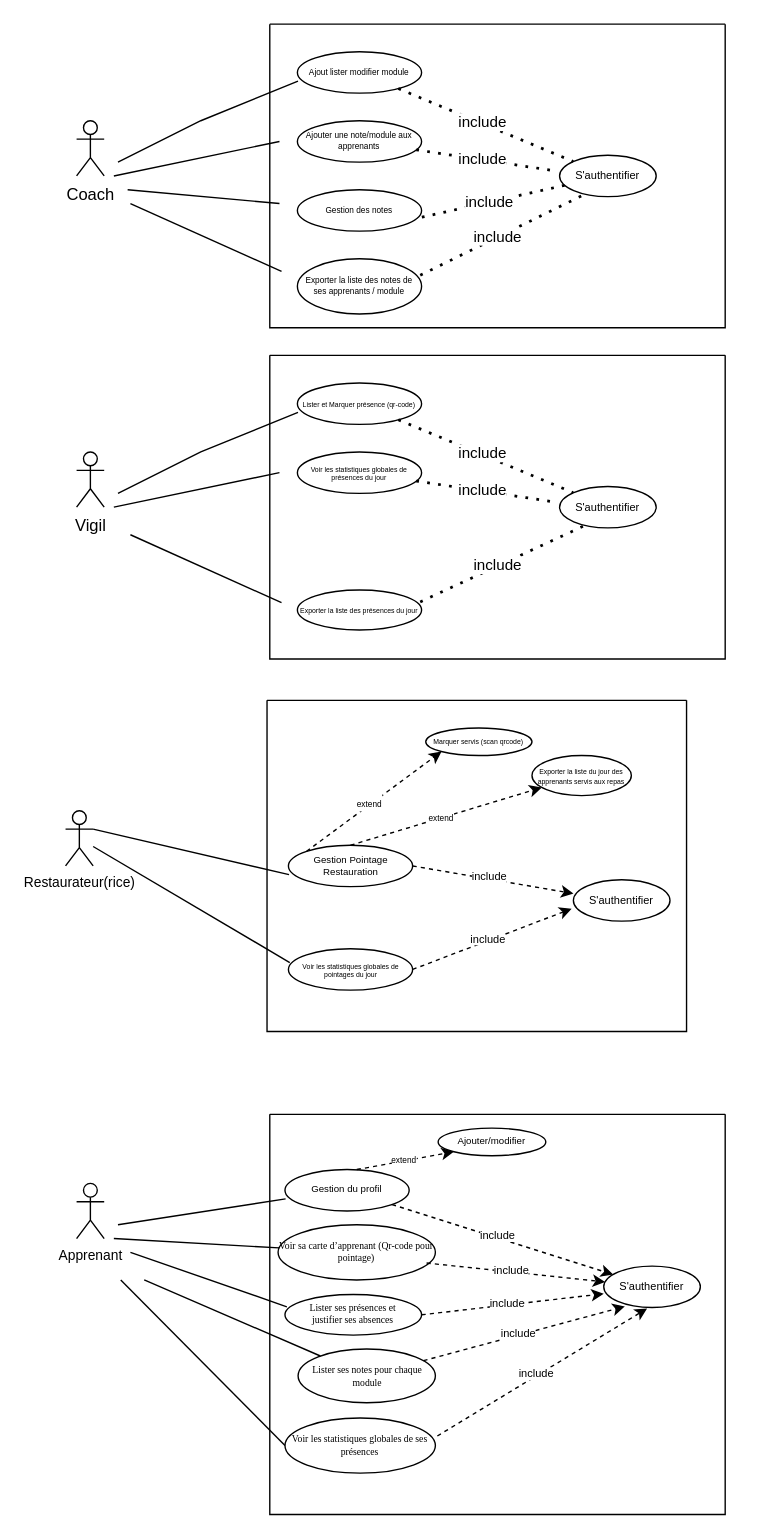
Earlier version of the draw.io diagram ODC-Inside.drawio (DS1003/DS1003). Source tidied: cells renumbered, new cells numbered last; positions are measured from the earlier drawing's top-left corner, leaving out a move shared by most shapes. Both pictures are drawn from the tidied source at 138%, with x=0, y=0 at pixel (65, 23).
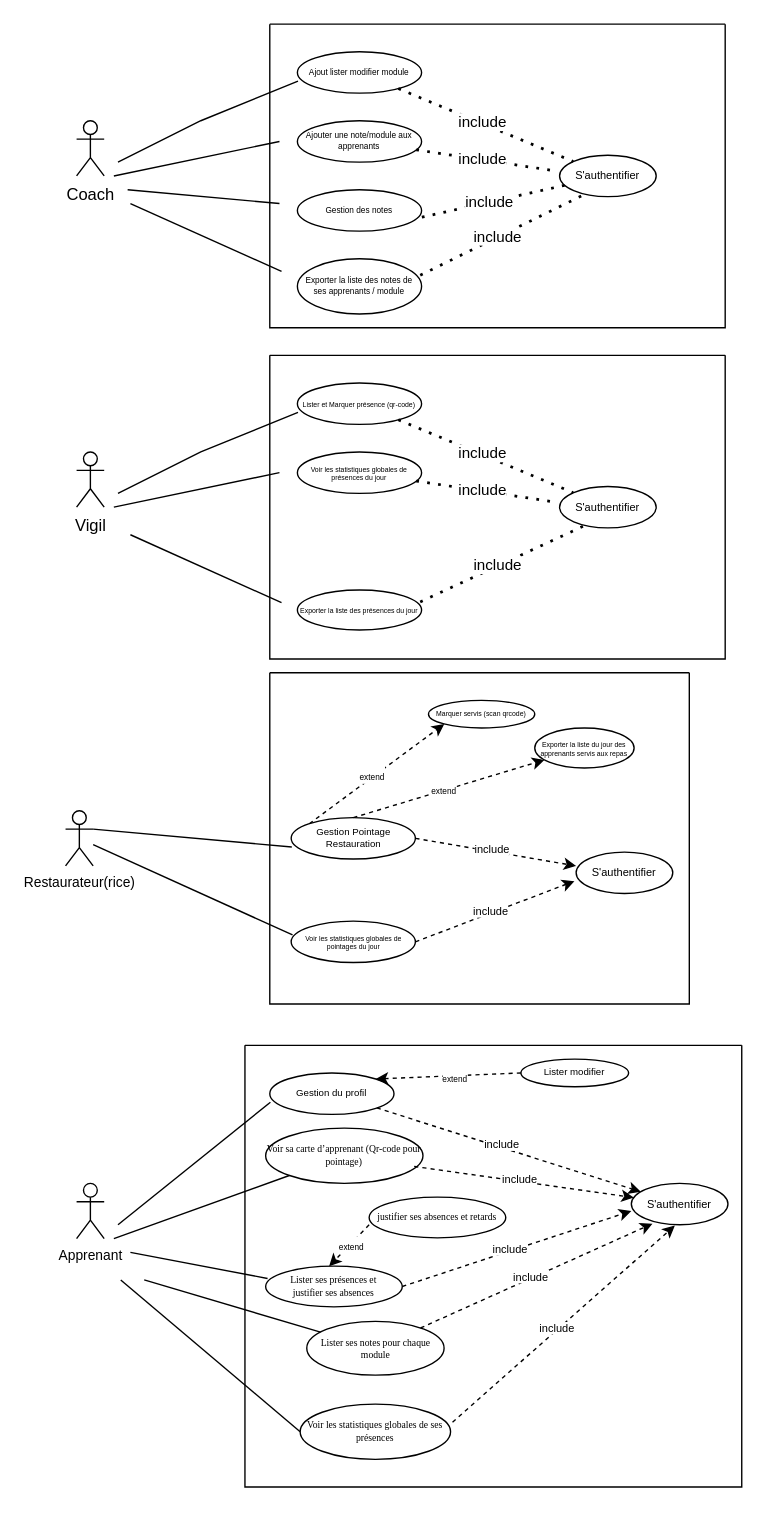
After the change.

Commit message:
Mettre à jour ODC-Inside.drawio

The edit, as a diff of the source:
```diff
@@
     <mxCell id="37" style="swimlane;startSize=0;" parent="1" vertex="1">
-      <mxGeometry x="146" y="490" width="304" height="240" as="geometry" />
+      <mxGeometry x="148" y="470" width="304" height="240" as="geometry" />
     </mxCell>
@@
     <mxCell id="54" style="swimlane;startSize=0;fontSize=16;" parent="1" vertex="1">
-      <mxGeometry x="148" y="790" width="330" height="290" as="geometry" />
+      <mxGeometry x="130" y="740" width="360" height="320" as="geometry" />
     </mxCell>
     <mxCell id="55" value="&lt;span style=&quot;line-height: 115%;&quot;&gt;Gestion du profil&lt;/span&gt;" style="ellipse;whiteSpace=wrap;html=1;fontSize=7;" parent="54" vertex="1">
-      <mxGeometry x="11" y="40" width="90" height="30" as="geometry" />
+      <mxGeometry x="18" y="20" width="90" height="30" as="geometry" />
     </mxCell>
     <mxCell id="56" value="&lt;span style=&quot;font-family: &amp;quot;Times New Roman&amp;quot;, serif;&quot;&gt;Voir&amp;nbsp;&lt;/span&gt;&lt;span style=&quot;font-family: &amp;quot;Times New Roman&amp;quot;, serif;&quot;&gt;sa carte d’apprenant (Qr-code pour pointage)&lt;/span&gt;" style="ellipse;whiteSpace=wrap;html=1;fontSize=7;" parent="54" vertex="1">
-      <mxGeometry x="6" y="80" width="114" height="40" as="geometry" />
+      <mxGeometry x="15" y="60" width="114" height="40" as="geometry" />
     </mxCell>
     <mxCell id="57" value="&lt;span style=&quot;font-family: &amp;quot;Times New Roman&amp;quot;, serif; text-align: justify; background-color: transparent; color: light-dark(rgb(0, 0, 0), rgb(255, 255, 255));&quot;&gt;Lister ses présences et&lt;br&gt;     justifier ses absences&lt;/span&gt;" style="ellipse;whiteSpace=wrap;html=1;fontSize=7;" parent="54" vertex="1">
-      <mxGeometry x="11" y="130.5" width="99" height="29.5" as="geometry" />
+      <mxGeometry x="15" y="160" width="99" height="29.5" as="geometry" />
     </mxCell>
     <mxCell id="58" value="S'authentifier" style="ellipse;whiteSpace=wrap;html=1;fontSize=8;" parent="54" vertex="1">
-      <mxGeometry x="242" y="110" width="70" height="30" as="geometry" />
+      <mxGeometry x="280" y="100" width="70" height="30" as="geometry" />
     </mxCell>
@@
-    <mxCell id="65" value="&lt;span style=&quot;line-height: 115%;&quot;&gt;Ajouter/modifier&lt;/span&gt;" style="ellipse;whiteSpace=wrap;html=1;fontSize=7;" parent="54" vertex="1">
-      <mxGeometry x="122" y="10" width="78" height="20" as="geometry" />
+    <mxCell id="65" value="&lt;span style=&quot;line-height: 115%;&quot;&gt;Lister modifier&lt;/span&gt;" style="ellipse;whiteSpace=wrap;html=1;fontSize=7;" parent="54" vertex="1">
+      <mxGeometry x="200" y="10" width="78" height="20" as="geometry" />
     </mxCell>
-    <mxCell id="66" style="endArrow=classic;dashed=1;html=1;strokeWidth=1;rounded=0;fontSize=3;endFill=1;exitX=0.578;exitY=0;exitDx=0;exitDy=0;exitPerimeter=0;entryX=0;entryY=1;entryDx=0;entryDy=0;" parent="54" edge="1" source="55" target="65">
+    <mxCell id="66" style="endArrow=classic;dashed=1;html=1;strokeWidth=1;rounded=0;fontSize=3;endFill=1;exitX=0;exitY=0.5;exitDx=0;exitDy=0;entryX=1;entryY=0;entryDx=0;entryDy=0;" parent="54" edge="1" source="65" target="55">
       <mxGeometry relative="1" as="geometry" />
     </mxCell>
@@
     <mxCell id="68" value="&lt;span style=&quot;font-family: &amp;quot;Times New Roman&amp;quot;, serif; text-align: justify; background-color: transparent; color: light-dark(rgb(0, 0, 0), rgb(255, 255, 255));&quot;&gt;Lister ses notes pour chaque module&lt;/span&gt;" style="ellipse;whiteSpace=wrap;html=1;fontSize=7;" parent="54" vertex="1">
-      <mxGeometry x="20.5" y="170" width="99.5" height="39" as="geometry" />
+      <mxGeometry x="44.8" y="200" width="99.5" height="39" as="geometry" />
     </mxCell>
@@
     <mxCell id="71" value="&lt;span style=&quot;font-family: &amp;quot;Times New Roman&amp;quot;, serif; text-align: justify; background-color: transparent; color: light-dark(rgb(0, 0, 0), rgb(255, 255, 255));&quot;&gt;Voir les statistiques globales de ses présences&lt;/span&gt;" style="ellipse;whiteSpace=wrap;html=1;fontSize=7;" parent="54" vertex="1">
-      <mxGeometry x="11" y="220" width="109" height="40" as="geometry" />
+      <mxGeometry x="40" y="260" width="109" height="40" as="geometry" />
     </mxCell>
@@
+    <mxCell id="79" value="&lt;span style=&quot;font-family: &amp;quot;Times New Roman&amp;quot;, serif; text-align: justify; background-color: transparent; color: light-dark(rgb(0, 0, 0), rgb(255, 255, 255));&quot;&gt;justifier ses absences et retards&lt;/span&gt;" style="ellipse;whiteSpace=wrap;html=1;fontSize=7;" parent="54" vertex="1">
+      <mxGeometry x="90" y="110" width="99" height="29.5" as="geometry" />
+    </mxCell>
+    <mxCell id="80" style="endArrow=classic;dashed=1;html=1;strokeWidth=1;rounded=0;fontSize=3;endFill=1;exitX=0;exitY=0.678;exitDx=0;exitDy=0;entryX=0.465;entryY=0.001;entryDx=0;entryDy=0;exitPerimeter=0;entryPerimeter=0;" parent="54" edge="1" source="79" target="57">
+      <mxGeometry relative="1" as="geometry" />
+    </mxCell>
+    <mxCell id="81" value="&lt;font style=&quot;font-size: 6px;&quot;&gt;extend&lt;/font&gt;" style="edgeLabel;html=1;align=center;verticalAlign=middle;" parent="80" vertex="1">
+      <mxGeometry x="-0.06" y="1" relative="1" as="geometry">
+        <mxPoint y="-1" as="offset" />
+      </mxGeometry>
+    </mxCell>
```
